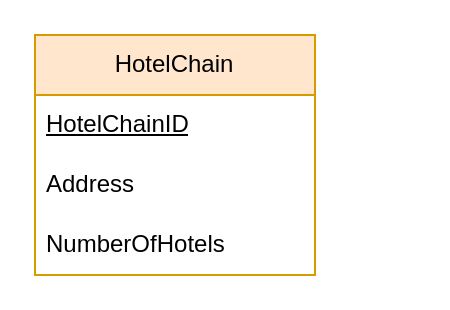
Earlier version of the draw.io diagram 1st-deliverable/ER Diagram.drawio (miuponn/eHotels-Project). Source tidied: cells renumbered, new cells numbered last; positions are measured from the earlier drawing's top-left corner, leaving out a move shared by most shapes. Both pictures are drawn from the tidied source at 200%, with x=0, y=0 at pixel (34, 34).
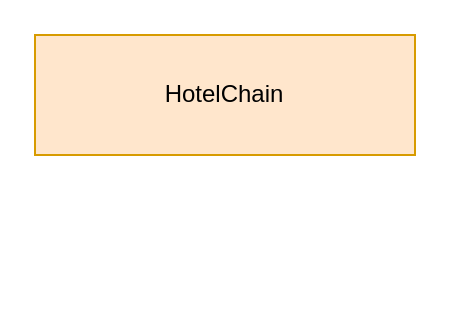
After the change.

Diff of the diagram source:
```diff
@@
 <mxGraphModel>
   <root>
     <mxCell id="0" />
     <mxCell id="1" parent="0" />
-    <mxCell id="2" value="HotelChain" style="swimlane;fontStyle=0;horizontal=1;startSize=30;whiteSpace=wrap;html=1;fillColor=#ffe6cc;strokeColor=#d79b00;" parent="1" vertex="1">
-      <mxGeometry width="140" height="120" as="geometry" />
+    <mxCell id="2" value="HotelChain" style="rounded=0;whiteSpace=wrap;html=1;fillColor=#ffe6cc;strokeColor=#d79b00;" parent="1" vertex="1">
+      <mxGeometry width="190" height="60" as="geometry" />
     </mxCell>
-    <mxCell id="3" value="&lt;u&gt;HotelChainID&lt;/u&gt;" style="text;strokeColor=none;fillColor=none;align=left;verticalAlign=middle;spacingLeft=4;spacingRight=4;overflow=hidden;whiteSpace=wrap;html=1;" parent="2" vertex="1">
-      <mxGeometry y="30" width="140" height="30" as="geometry" />
-    </mxCell>
-    <mxCell id="4" value="Address" style="text;strokeColor=none;fillColor=none;align=left;verticalAlign=middle;spacingLeft=4;spacingRight=4;overflow=hidden;whiteSpace=wrap;html=1;" parent="2" vertex="1">
-      <mxGeometry y="60" width="140" height="30" as="geometry" />
-    </mxCell>
-    <mxCell id="5" value="NumberOfHotels" style="text;strokeColor=none;fillColor=none;align=left;verticalAlign=middle;spacingLeft=4;spacingRight=4;overflow=hidden;whiteSpace=wrap;html=1;" parent="2" vertex="1">
-      <mxGeometry y="90" width="140" height="30" as="geometry" />
-    </mxCell>
   </root>
 </mxGraphModel>
```
